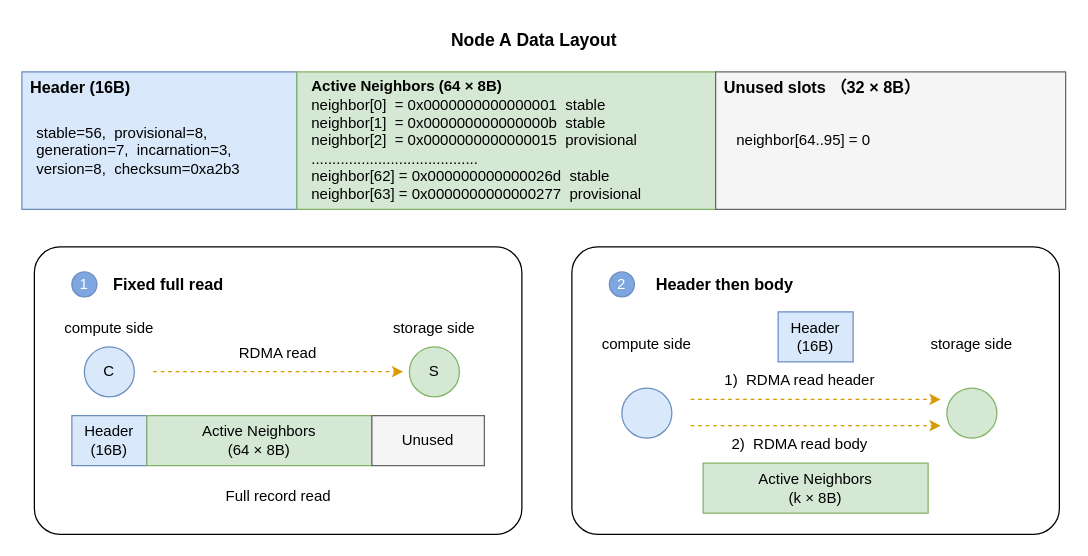
The draw.io diagram conventional-rdma.drawio in diandianjunA/diandianjunA, before the edit. Source tidied: cells renumbered, new cells numbered last; positions are measured from the earlier drawing's top-left corner, leaving out a move shared by most shapes. Both pictures are drawn from the tidied source at 125%, with x=0, y=0 at pixel (21, 21).
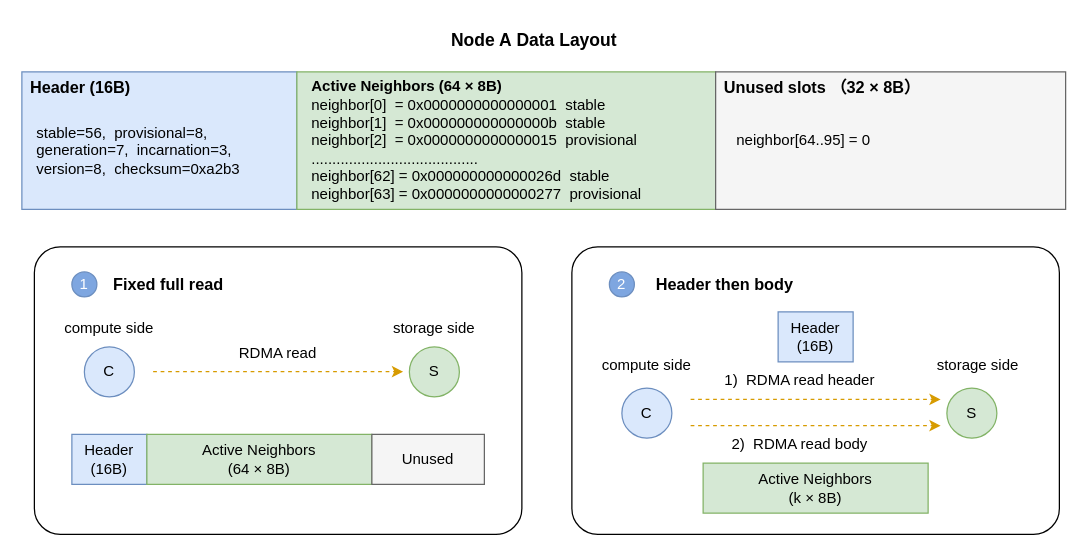
Above is the later version.

What changed in the source:
```diff
@@
     <mxCell id="7" style="rounded=0;whiteSpace=wrap;html=1;fillColor=#dae8fc;strokeColor=#6c8ebf;fontFamily=Helvetica;" parent="1" vertex="1">
-      <mxGeometry x="40" y="315" width="60" height="40" as="geometry" />
+      <mxGeometry x="40" y="330" width="60" height="40" as="geometry" />
     </mxCell>
     <mxCell id="8" style="rounded=0;whiteSpace=wrap;html=1;fillColor=#d5e8d4;strokeColor=#82b366;fontFamily=Helvetica;" parent="1" vertex="1">
-      <mxGeometry x="100" y="315" width="180" height="40" as="geometry" />
+      <mxGeometry x="100" y="330" width="180" height="40" as="geometry" />
     </mxCell>
     <mxCell id="9" style="rounded=0;whiteSpace=wrap;html=1;fillColor=#f5f5f5;fontColor=#333333;strokeColor=#666666;fontFamily=Helvetica;" parent="1" vertex="1">
-      <mxGeometry x="280" y="315" width="90" height="40" as="geometry" />
+      <mxGeometry x="280" y="330" width="90" height="40" as="geometry" />
     </mxCell>
     <mxCell id="10" value="Header&lt;div&gt;(16B)&lt;/div&gt;" style="text;html=1;whiteSpace=wrap;strokeColor=none;fillColor=none;align=center;verticalAlign=middle;rounded=0;fontFamily=Helvetica;" parent="1" vertex="1">
-      <mxGeometry x="30" y="320" width="80" height="30" as="geometry" />
+      <mxGeometry x="30" y="335" width="80" height="30" as="geometry" />
     </mxCell>
     <mxCell id="11" value="Active Neighbors&lt;div&gt;(64 × 8B)&lt;/div&gt;" style="text;html=1;whiteSpace=wrap;strokeColor=none;fillColor=none;align=center;verticalAlign=middle;rounded=0;fontFamily=Helvetica;" parent="1" vertex="1">
-      <mxGeometry x="135" y="320" width="110" height="30" as="geometry" />
+      <mxGeometry x="135" y="335" width="110" height="30" as="geometry" />
     </mxCell>
     <mxCell id="12" value="Unused" style="text;html=1;whiteSpace=wrap;strokeColor=none;fillColor=none;align=center;verticalAlign=middle;rounded=0;fontFamily=Helvetica;" parent="1" vertex="1">
-      <mxGeometry x="270" y="320" width="110" height="30" as="geometry" />
+      <mxGeometry x="270" y="335" width="110" height="30" as="geometry" />
     </mxCell>
@@
-    <mxCell id="24" style="ellipse;whiteSpace=wrap;html=1;shapeInside=1;fillColor=#dae8fc;strokeColor=#6c8ebf;fontFamily=Helvetica;" parent="1" vertex="1">
+    <mxCell id="24" value="C" style="ellipse;whiteSpace=wrap;html=1;shapeInside=1;fillColor=#dae8fc;strokeColor=#6c8ebf;fontFamily=Helvetica;" parent="1" vertex="1">
       <mxGeometry x="480" y="293" width="40" height="40" as="geometry" />
     </mxCell>
-    <mxCell id="25" style="ellipse;whiteSpace=wrap;html=1;shapeInside=1;fillColor=#d5e8d4;strokeColor=#82b366;fontFamily=Helvetica;" parent="1" vertex="1">
+    <mxCell id="25" value="S" style="ellipse;whiteSpace=wrap;html=1;shapeInside=1;fillColor=#d5e8d4;strokeColor=#82b366;fontFamily=Helvetica;" parent="1" vertex="1">
       <mxGeometry x="740" y="293" width="40" height="40" as="geometry" />
     </mxCell>
     <mxCell id="26" value="compute side" style="text;html=1;whiteSpace=wrap;strokeColor=none;fillColor=none;align=center;verticalAlign=middle;rounded=0;fontFamily=Helvetica;" parent="1" vertex="1">
-      <mxGeometry x="460" y="243" width="80" height="30" as="geometry" />
+      <mxGeometry x="460" y="260" width="80" height="30" as="geometry" />
     </mxCell>
     <mxCell id="27" value="storage side" style="text;html=1;whiteSpace=wrap;strokeColor=none;fillColor=none;align=center;verticalAlign=middle;rounded=0;fontFamily=Helvetica;" parent="1" vertex="1">
-      <mxGeometry x="720" y="243" width="80" height="30" as="geometry" />
+      <mxGeometry x="725" y="260" width="80" height="30" as="geometry" />
     </mxCell>
@@
-    <mxCell id="41" value="Full record read" style="text;html=1;whiteSpace=wrap;strokeColor=none;fillColor=none;align=center;verticalAlign=middle;rounded=0;fontFamily=Helvetica;" parent="1" vertex="1">
-      <mxGeometry x="157.5" y="365" width="95" height="30" as="geometry" />
-    </mxCell>
```
